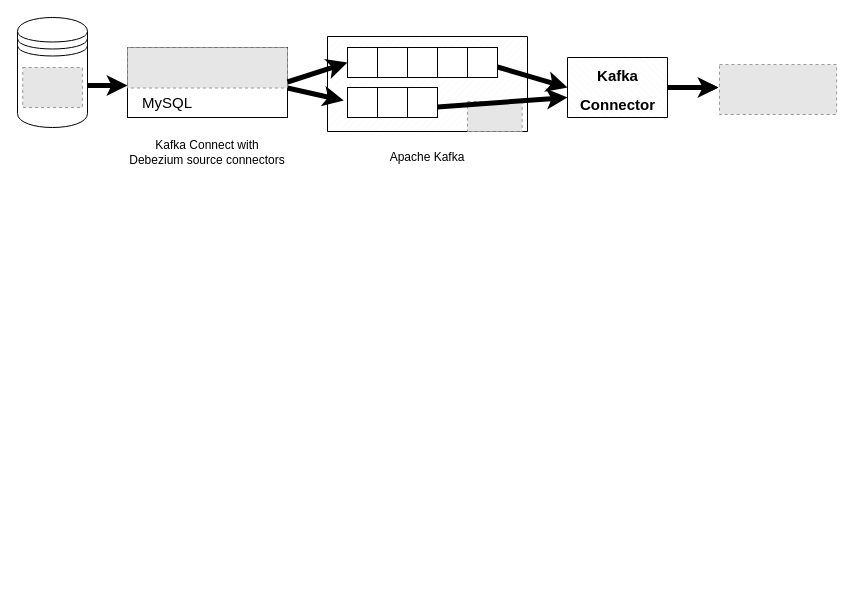
Above: dataPreparationGongshow.drawio in TangYunxuan/DataPreparation (draw.io), before the change. Source tidied: cells renumbered, new cells numbered last; positions are measured from the earlier drawing's top-left corner, leaving out a move shared by most shapes. Both pictures are drawn from the tidied source at 100%, with x=0, y=0 at pixel (17, 17). Pictures stored in the file or linked from it are replaced by grey dashed boxes.
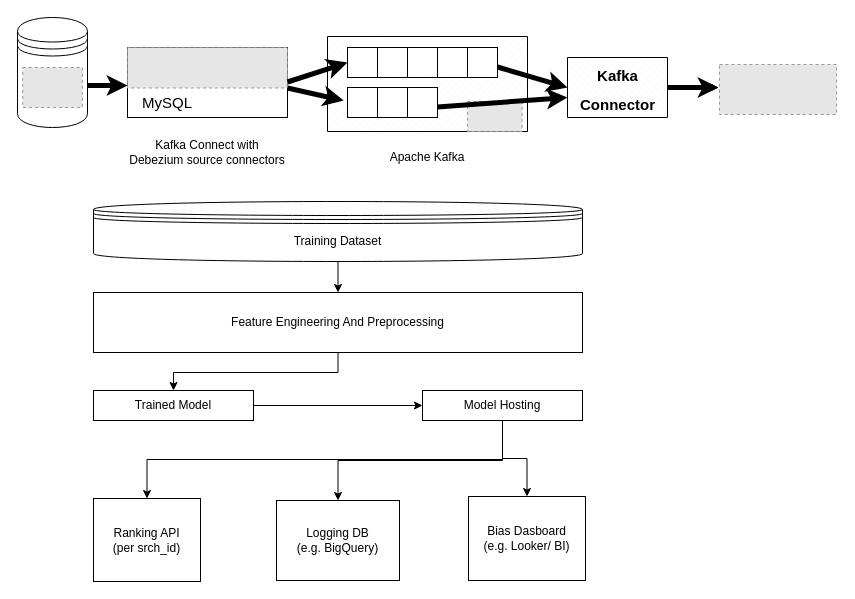
The same diagram, later.

Change to the diagram source:
```diff
@@
+    <mxCell id="29" style="edgeStyle=orthogonalEdgeStyle;rounded=0;jettySize=auto;html=1;exitX=0.5;exitY=1;exitDx=0;exitDy=0;entryX=0.5;entryY=0;entryDx=0;entryDy=0;" parent="1" edge="1" source="30" target="32">
+      <mxGeometry relative="1" as="geometry" />
+    </mxCell>
+    <mxCell id="30" value="Training Dataset" style="shape=datastore;whiteSpace=wrap;html=1;" parent="1" vertex="1">
+      <mxGeometry x="76" y="184" width="489" height="60" as="geometry" />
+    </mxCell>
+    <mxCell id="31" style="edgeStyle=orthogonalEdgeStyle;rounded=0;jettySize=auto;html=1;exitX=0.5;exitY=1;exitDx=0;exitDy=0;entryX=0.5;entryY=0;entryDx=0;entryDy=0;" parent="1" edge="1" source="32" target="34">
+      <mxGeometry relative="1" as="geometry" />
+    </mxCell>
+    <mxCell id="32" value="Feature Engineering And&amp;nbsp;&lt;span style=&quot;background-color: transparent; color: light-dark(rgb(0, 0, 0), rgb(255, 255, 255));&quot;&gt;Preprocessing&lt;/span&gt;" style="html=1;dashed=0;whiteSpace=wrap;" parent="1" vertex="1">
+      <mxGeometry x="76" y="275" width="489" height="60" as="geometry" />
+    </mxCell>
+    <mxCell id="33" style="edgeStyle=orthogonalEdgeStyle;rounded=0;jettySize=auto;html=1;exitX=1;exitY=0.5;exitDx=0;exitDy=0;entryX=0;entryY=0.5;entryDx=0;entryDy=0;" parent="1" edge="1" source="34" target="38">
+      <mxGeometry relative="1" as="geometry" />
+    </mxCell>
+    <mxCell id="34" value="Trained Model" style="rounded=0;whiteSpace=wrap;html=1;" parent="1" vertex="1">
+      <mxGeometry x="76" y="373" width="160" height="30" as="geometry" />
+    </mxCell>
+    <mxCell id="35" style="edgeStyle=orthogonalEdgeStyle;rounded=0;jettySize=auto;html=1;exitX=0.5;exitY=1;exitDx=0;exitDy=0;entryX=0.5;entryY=0;entryDx=0;entryDy=0;" parent="1" edge="1" source="38" target="39">
+      <mxGeometry relative="1" as="geometry" />
+    </mxCell>
+    <mxCell id="36" style="edgeStyle=orthogonalEdgeStyle;rounded=0;jettySize=auto;html=1;exitX=0.5;exitY=1;exitDx=0;exitDy=0;entryX=0.5;entryY=0;entryDx=0;entryDy=0;" parent="1" edge="1" source="38" target="40">
+      <mxGeometry relative="1" as="geometry" />
+    </mxCell>
+    <mxCell id="37" style="edgeStyle=orthogonalEdgeStyle;rounded=0;jettySize=auto;html=1;exitX=0.5;exitY=1;exitDx=0;exitDy=0;entryX=0.5;entryY=0;entryDx=0;entryDy=0;" parent="1" edge="1" source="38" target="41">
+      <mxGeometry relative="1" as="geometry" />
+    </mxCell>
+    <mxCell id="38" value="Model Hosting" style="rounded=0;whiteSpace=wrap;html=1;" parent="1" vertex="1">
+      <mxGeometry x="405" y="373" width="160" height="30" as="geometry" />
+    </mxCell>
+    <mxCell id="39" value="Ranking API&lt;div&gt;(per srch_id)&lt;/div&gt;" style="rounded=0;whiteSpace=wrap;html=1;" parent="1" vertex="1">
+      <mxGeometry x="76" y="481" width="107" height="83" as="geometry" />
+    </mxCell>
+    <mxCell id="40" value="Logging DB&lt;div&gt;(e.g. BigQuery)&lt;/div&gt;" style="rounded=0;whiteSpace=wrap;html=1;" parent="1" vertex="1">
+      <mxGeometry x="259" y="483" width="123" height="80" as="geometry" />
+    </mxCell>
+    <mxCell id="41" value="Bias Dasboard&lt;div&gt;(e.g. Looker/ BI)&lt;/div&gt;" style="rounded=0;whiteSpace=wrap;html=1;" parent="1" vertex="1">
+      <mxGeometry x="451" y="479" width="117" height="84" as="geometry" />
+    </mxCell>
```
